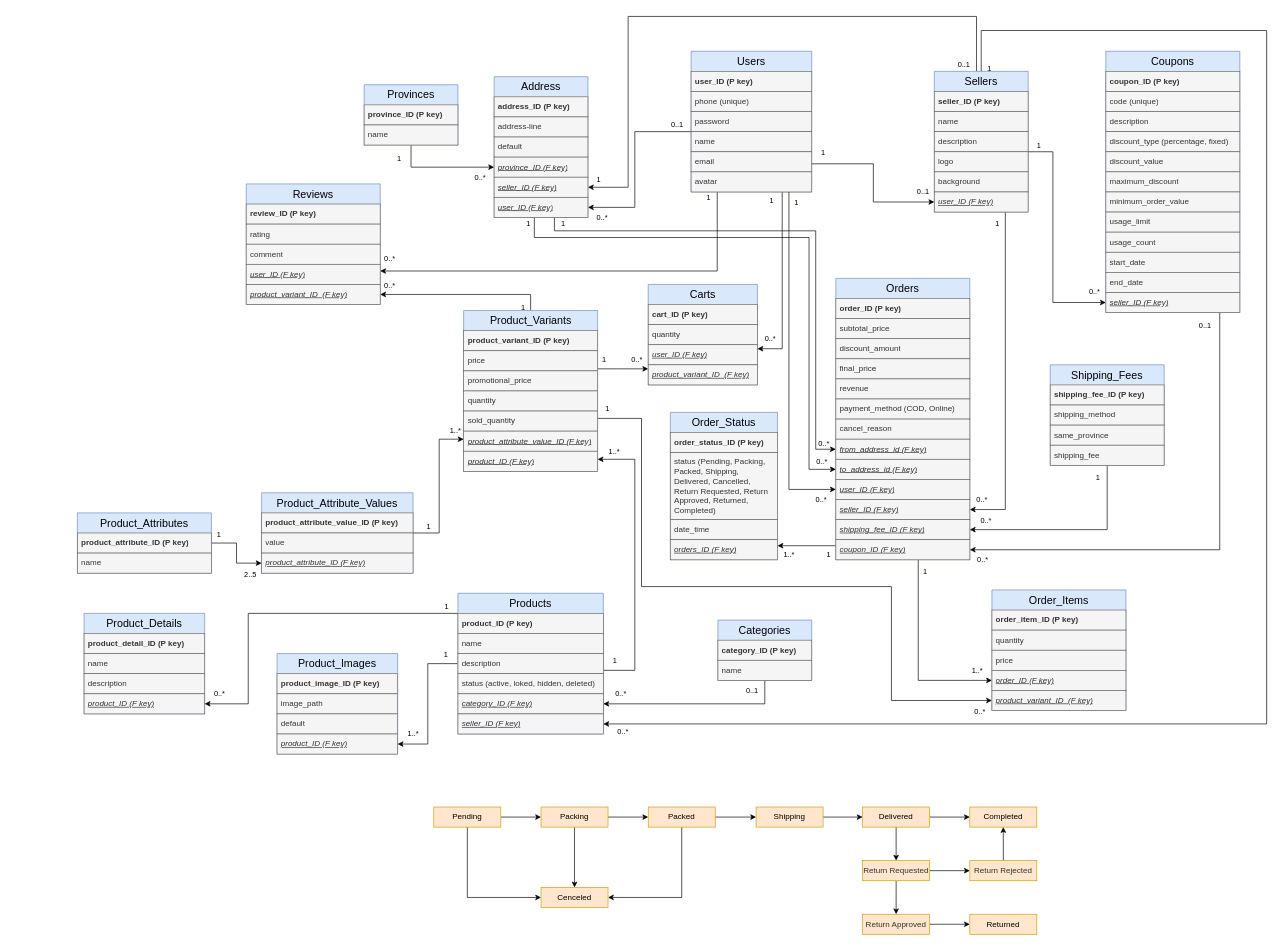
Before: document/database.drawio in thanhba0505/shoplands, a draw.io diagram. Source tidied: cells renumbered, new cells numbered last; positions are measured from the earlier drawing's top-left corner, leaving out a move shared by most shapes. Both pictures are drawn from the tidied source at 67%, with x=0, y=0 at pixel (77, 16).
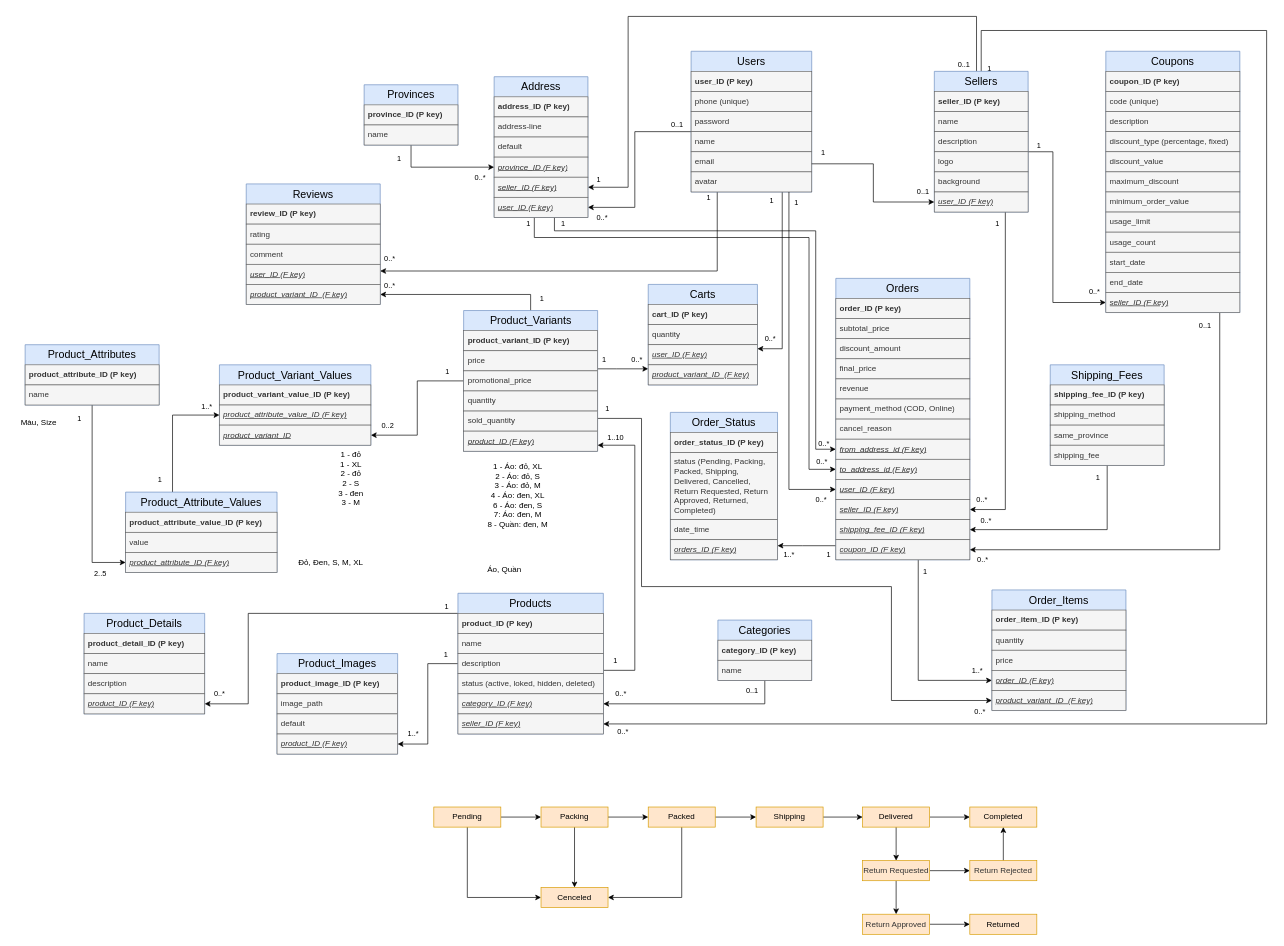
Above is the later version.

Unchanged cells that the change refers to:
```xml
<mxCell id="65" style="edgeStyle=orthogonalEdgeStyle;rounded=0;jettySize=auto;html=1;fontFamily=Helvetica;fontSize=12;fontColor=default;fontStyle=0;swimlaneLine=0;" parent="1" edge="1" source="71" target="123">
  <mxGeometry relative="1" as="geometry" />
</mxCell>
<mxCell id="140" style="edgeStyle=orthogonalEdgeStyle;rounded=0;jettySize=auto;html=1;fontFamily=Helvetica;fontSize=12;fontColor=default;fontStyle=0;swimlaneLine=0;" parent="1" edge="1" source="143" target="152">
  <mxGeometry relative="1" as="geometry" />
</mxCell>
<mxCell id="162" value="Products" style="swimlane;fontStyle=0;horizontal=1;startSize=30;whiteSpace=wrap;html=1;fillColor=#dae8fc;strokeColor=#6c8ebf;fontSize=16;swimlaneLine=0;" parent="1" vertex="1">
  <mxGeometry x="568" y="861" width="217" height="210" as="geometry" />
</mxCell>
```

What changed in the source:
```diff
@@
     <mxCell id="67" value="1" style="edgeLabel;html=1;align=center;verticalAlign=middle;" parent="65" vertex="1">
       <mxGeometry x="-0.91" relative="1" as="geometry">
-        <mxPoint x="-12" y="6" as="offset" />
+        <mxPoint x="16" y="-8" as="offset" />
       </mxGeometry>
     </mxCell>
@@
+    <mxCell id="214" style="edgeStyle=orthogonalEdgeStyle;rounded=0;jettySize=auto;html=1;" parent="1" edge="1" source="71" target="219">
+      <mxGeometry relative="1" as="geometry" />
+    </mxCell>
+    <mxCell id="215" value="1" style="edgeLabel;html=1;align=center;verticalAlign=middle;" parent="214" vertex="1">
+      <mxGeometry x="-0.88" y="-4" relative="1" as="geometry">
+        <mxPoint x="-12" y="-11" as="offset" />
+      </mxGeometry>
+    </mxCell>
+    <mxCell id="216" value="0..2" style="edgeLabel;html=1;align=center;verticalAlign=middle;" parent="214" vertex="1">
+      <mxGeometry x="0.78" y="-2" relative="1" as="geometry">
+        <mxPoint y="-13" as="offset" />
+      </mxGeometry>
+    </mxCell>
     <mxCell id="71" value="Product_Variants" style="swimlane;fontStyle=0;horizontal=1;startSize=30;whiteSpace=wrap;html=1;fillColor=#dae8fc;strokeColor=#6c8ebf;fontSize=16;swimlaneLine=0;" parent="1" vertex="1">
-      <mxGeometry x="576.5" y="439" width="200" height="240" as="geometry" />
+      <mxGeometry x="576.5" y="439" width="200" height="210" as="geometry" />
     </mxCell>
@@
-    <mxCell id="77" value="&lt;span style=&quot;&quot;&gt;product_attribute_value_ID&amp;nbsp;&lt;/span&gt;(F key)" style="text;strokeColor=#666666;fillColor=#f5f5f5;align=left;verticalAlign=middle;spacingLeft=4;spacingRight=4;overflow=hidden;points=[[0,0.5],[1,0.5]];portConstraint=eastwest;whiteSpace=wrap;html=1;fontColor=#333333;fontStyle=6;swimlaneLine=0;" parent="71" vertex="1">
-      <mxGeometry y="180" width="200" height="30" as="geometry" />
-    </mxCell>
     <mxCell id="78" value="&lt;span style=&quot;&quot;&gt;product_ID&amp;nbsp;&lt;/span&gt;(F key)" style="text;strokeColor=#666666;fillColor=#f5f5f5;align=left;verticalAlign=middle;spacingLeft=4;spacingRight=4;overflow=hidden;points=[[0,0.5],[1,0.5]];portConstraint=eastwest;whiteSpace=wrap;html=1;fontColor=#333333;fontStyle=6;swimlaneLine=0;" parent="71" vertex="1">
-      <mxGeometry y="210" width="200" height="30" as="geometry" />
+      <mxGeometry y="180" width="200" height="30" as="geometry" />
     </mxCell>
@@
     <mxCell id="142" value="1" style="edgeLabel;html=1;align=center;verticalAlign=middle;" parent="140" vertex="1">
       <mxGeometry x="-0.79" y="-3" relative="1" as="geometry">
-        <mxPoint x="-1" y="-17" as="offset" />
+        <mxPoint x="-17" y="-10" as="offset" />
       </mxGeometry>
     </mxCell>
     <mxCell id="143" value="Product_Attributes" style="swimlane;fontStyle=0;horizontal=1;startSize=30;whiteSpace=wrap;html=1;fillColor=#dae8fc;strokeColor=#6c8ebf;fontSize=16;swimlaneLine=0;" parent="1" vertex="1">
-      <mxGeometry y="741" width="200" height="90" as="geometry" />
+      <mxGeometry x="-78" y="490" width="200" height="90" as="geometry" />
     </mxCell>
@@
     <mxCell id="146" style="edgeStyle=orthogonalEdgeStyle;rounded=0;jettySize=auto;html=1;fontFamily=Helvetica;fontSize=12;fontColor=default;fontStyle=0;swimlaneLine=0;" parent="1" edge="1" source="149" target="77">
       <mxGeometry relative="1" as="geometry">
         <Array as="points">
-          <mxPoint x="540" y="631" />
+          <mxPoint x="142" y="595" />
         </Array>
       </mxGeometry>
     </mxCell>
     <mxCell id="147" value="1..*" style="edgeLabel;html=1;align=center;verticalAlign=middle;" parent="146" vertex="1">
       <mxGeometry x="0.84" y="-2" relative="1" as="geometry">
-        <mxPoint x="4" y="-15" as="offset" />
+        <mxPoint x="-5" y="-15" as="offset" />
       </mxGeometry>
     </mxCell>
     <mxCell id="148" value="1" style="edgeLabel;html=1;align=center;verticalAlign=middle;" parent="146" vertex="1">
       <mxGeometry x="-0.8" y="3" relative="1" as="geometry">
-        <mxPoint y="-8" as="offset" />
+        <mxPoint x="-17" y="-1" as="offset" />
       </mxGeometry>
     </mxCell>
     <mxCell id="149" value="Product_Attribute_Values" style="swimlane;fontStyle=0;horizontal=1;startSize=30;whiteSpace=wrap;html=1;fillColor=#dae8fc;strokeColor=#6c8ebf;fontSize=16;swimlaneLine=0;" parent="1" vertex="1">
-      <mxGeometry x="275" y="711" width="226" height="120" as="geometry" />
+      <mxGeometry x="72" y="710" width="226" height="120" as="geometry" />
     </mxCell>
@@
     <mxCell id="153" style="edgeStyle=orthogonalEdgeStyle;rounded=0;jettySize=auto;html=1;fontFamily=Helvetica;fontSize=12;fontColor=default;fontStyle=0;swimlaneLine=0;" parent="1" edge="1" source="162" target="78">
       <mxGeometry relative="1" as="geometry">
         <Array as="points">
           <mxPoint x="832" y="976" />
-          <mxPoint x="832" y="661" />
+          <mxPoint x="832" y="640" />
         </Array>
       </mxGeometry>
     </mxCell>
@@
-    <mxCell id="155" value="1..*" style="edgeLabel;html=1;align=center;verticalAlign=middle;" parent="153" vertex="1">
+    <mxCell id="155" value="1..10" style="edgeLabel;html=1;align=center;verticalAlign=middle;" parent="153" vertex="1">
       <mxGeometry x="0.84" y="3" relative="1" as="geometry">
         <mxPoint x="-10" y="-16" as="offset" />
       </mxGeometry>
     </mxCell>
@@
+    <mxCell id="217" value="Product_Variant_Values" style="swimlane;fontStyle=0;horizontal=1;startSize=30;whiteSpace=wrap;html=1;fillColor=#dae8fc;strokeColor=#6c8ebf;fontSize=16;swimlaneLine=0;" parent="1" vertex="1">
+      <mxGeometry x="212" y="520" width="226" height="120" as="geometry" />
+    </mxCell>
+    <mxCell id="218" value="product_variant_value_ID (P key)" style="text;strokeColor=#666666;fillColor=#f5f5f5;align=left;verticalAlign=middle;spacingLeft=4;spacingRight=4;overflow=hidden;whiteSpace=wrap;html=1;fontStyle=1;horizontal=1;fontColor=#333333;swimlaneLine=0;" parent="217" vertex="1">
+      <mxGeometry y="30" width="226" height="30" as="geometry" />
+    </mxCell>
+    <mxCell id="77" value="product_attribute_value_ID (F key)" style="text;strokeColor=#666666;fillColor=#f5f5f5;align=left;verticalAlign=middle;spacingLeft=4;spacingRight=4;overflow=hidden;points=[[0,0.5],[1,0.5]];portConstraint=eastwest;whiteSpace=wrap;html=1;fontColor=#333333;fontStyle=6;swimlaneLine=0;" parent="217" vertex="1">
+      <mxGeometry y="60" width="226" height="30" as="geometry" />
+    </mxCell>
+    <mxCell id="219" value="product_variant_ID" style="text;strokeColor=#666666;fillColor=#f5f5f5;align=left;verticalAlign=middle;spacingLeft=4;spacingRight=4;overflow=hidden;points=[[0,0.5],[1,0.5]];portConstraint=eastwest;whiteSpace=wrap;html=1;fontColor=#333333;fontStyle=6;swimlaneLine=0;" parent="217" vertex="1">
+      <mxGeometry y="90" width="226" height="30" as="geometry" />
+    </mxCell>
+    <mxCell id="220" value="Màu, Size" style="text;html=1;align=center;verticalAlign=middle;strokeColor=none;fillColor=none;" parent="1" vertex="1">
+      <mxGeometry x="-98" y="591" width="80" height="30" as="geometry" />
+    </mxCell>
+    <mxCell id="221" value="Đỏ, Đen, S, M, XL" style="text;html=1;align=center;verticalAlign=middle;strokeColor=none;fillColor=none;" parent="1" vertex="1">
+      <mxGeometry x="318" y="800" width="120" height="30" as="geometry" />
+    </mxCell>
+    <mxCell id="222" value="Áo, Quần" style="text;html=1;align=center;verticalAlign=middle;strokeColor=none;fillColor=none;" parent="1" vertex="1">
+      <mxGeometry x="602" y="811" width="70" height="30" as="geometry" />
+    </mxCell>
+    <mxCell id="223" value="1 - Áo: đỏ, XL&lt;div&gt;2 - Áo: đỏ, S&lt;/div&gt;&lt;div&gt;3 - Áo: đỏ, M&lt;/div&gt;&lt;div&gt;4 - Áo: đen, XL&lt;/div&gt;&lt;div&gt;6 - Áo: đen, S&lt;/div&gt;&lt;div&gt;7: Áo: đen, M&lt;/div&gt;&lt;div&gt;8 - Quần: đen, M&lt;/div&gt;" style="text;html=1;align=center;verticalAlign=middle;strokeColor=none;fillColor=none;" parent="1" vertex="1">
+      <mxGeometry x="602" y="660" width="110" height="110" as="geometry" />
+    </mxCell>
+    <mxCell id="224" value="1 - đỏ&lt;div&gt;1 - XL&lt;/div&gt;&lt;div&gt;2 - đỏ&lt;/div&gt;&lt;div&gt;2 - S&lt;/div&gt;&lt;div&gt;3 - đen&lt;/div&gt;&lt;div&gt;3 - M&lt;/div&gt;" style="text;html=1;align=center;verticalAlign=middle;strokeColor=none;fillColor=none;" parent="1" vertex="1">
+      <mxGeometry x="378" y="640" width="60" height="100" as="geometry" />
+    </mxCell>
```
